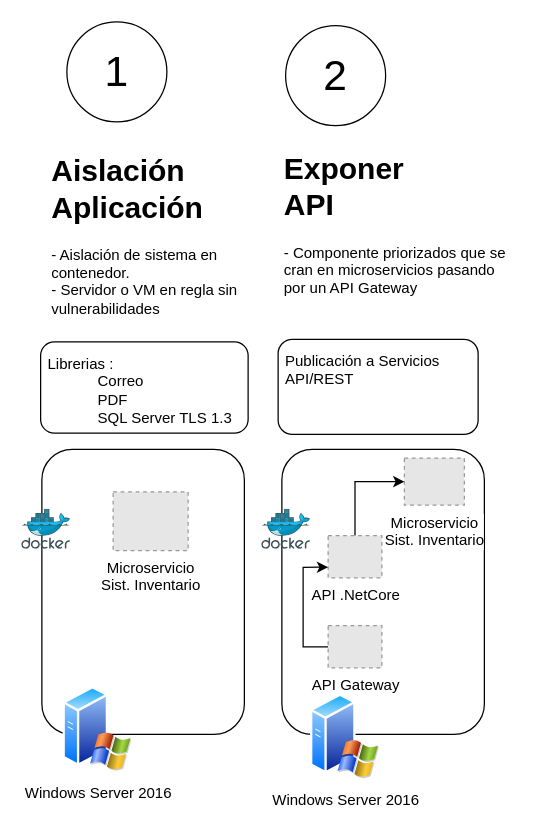
cohgit/architecture keeps this draw.io diagram as page "Propuesta" (3 of 3) of proyectos/BizGroup/IsapreCodelco/Sist. Interconsultas/BizGroup-IsapreCodelco-InterConsultasMédicas.drawio. Above is the earlier version. Source tidied: cells renumbered, new cells numbered last; positions are measured from the earlier drawing's top-left corner, leaving out a move shared by most shapes. Both pictures are drawn from the tidied source at 125%, with x=0, y=0 at pixel (21, 21). Pictures stored in the file or linked from it are replaced by grey dashed boxes.
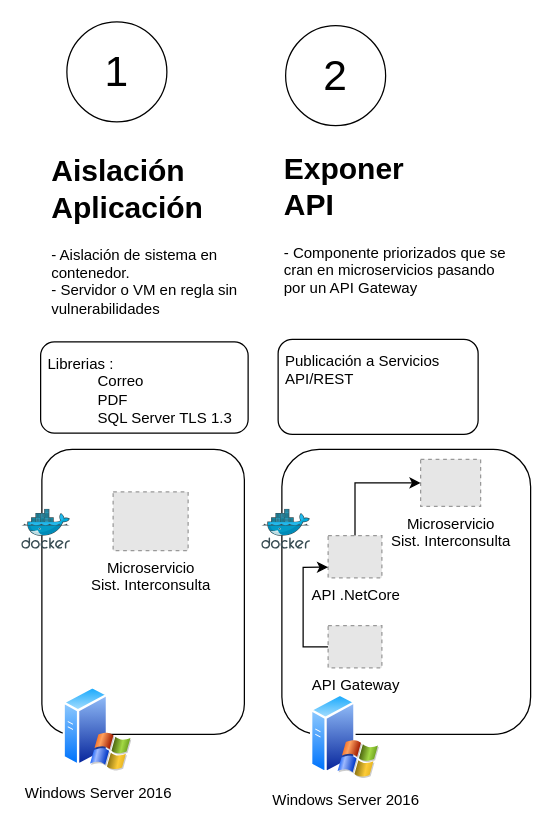
The same diagram, later.

The edit, as a diff of the source:
```diff
@@
-    <mxCell id="11" value="Microservicio&lt;br&gt;Sist. Inventario" style="fillColor=#E6E6E6;strokeColor=#999999;dashed=1;html=1;verticalAlign=top;verticalLabelPosition=bottom;labelBackgroundColor=#ffffff;" parent="1" vertex="1">
+    <mxCell id="11" value="Microservicio&lt;br&gt;Sist. Interconsulta" style="fillColor=#E6E6E6;strokeColor=#999999;dashed=1;html=1;verticalAlign=top;verticalLabelPosition=bottom;labelBackgroundColor=#ffffff;" parent="1" vertex="1">
       <mxGeometry x="73" y="376" width="60" height="47" as="geometry" />
     </mxCell>
     <mxCell id="12" style="rounded=1;whiteSpace=wrap;html=1;" parent="1" vertex="1">
-      <mxGeometry x="208" y="342" width="162" height="228" as="geometry" />
+      <mxGeometry x="208" y="342" width="199" height="228" as="geometry" />
     </mxCell>
@@
-    <mxCell id="15" value="Microservicio&lt;br&gt;Sist. Inventario" style="fillColor=#E6E6E6;strokeColor=#999999;dashed=1;html=1;verticalAlign=top;verticalLabelPosition=bottom;labelBackgroundColor=#ffffff;" parent="1" vertex="1">
-      <mxGeometry x="306" y="349" width="48" height="37.6" as="geometry" />
+    <mxCell id="15" value="Microservicio&lt;br&gt;Sist. Interconsulta" style="fillColor=#E6E6E6;strokeColor=#999999;dashed=1;html=1;verticalAlign=top;verticalLabelPosition=bottom;labelBackgroundColor=#ffffff;" parent="1" vertex="1">
+      <mxGeometry x="319" y="350" width="48" height="37.6" as="geometry" />
     </mxCell>
```
